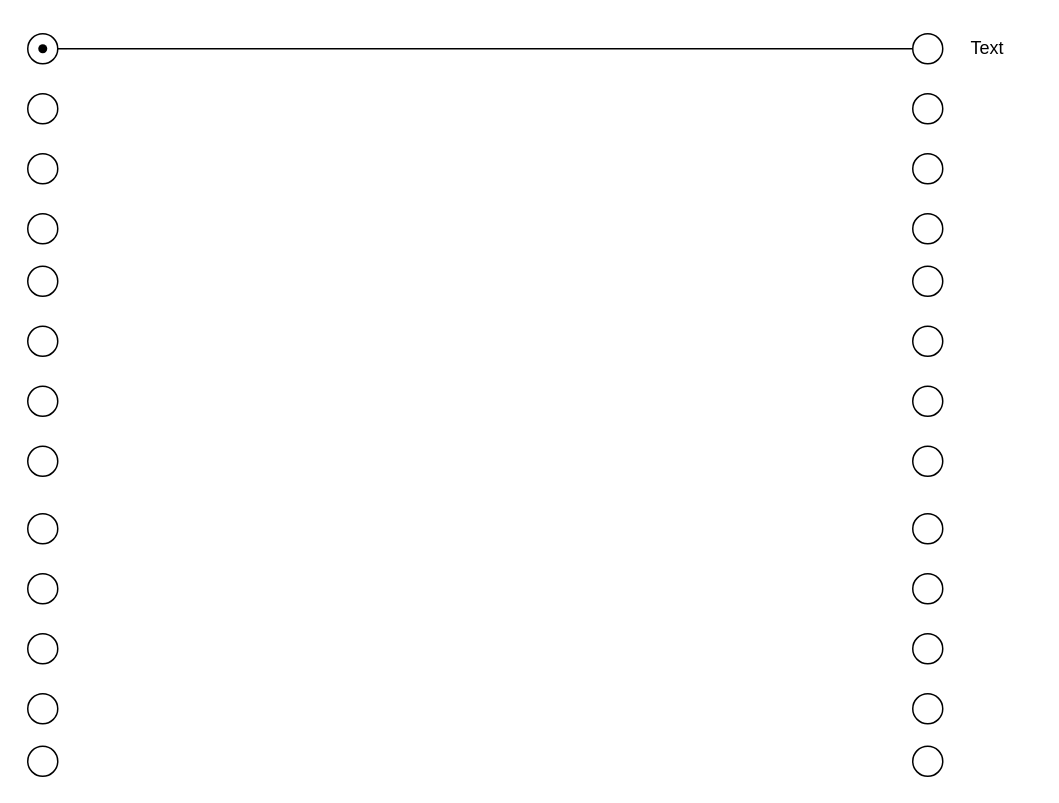
Before: Untitled Diagram.drawio in moose-on-road/cistern_wiring, a draw.io diagram. Source tidied: cells renumbered, new cells numbered last; positions are measured from the earlier drawing's top-left corner, leaving out a move shared by most shapes. Both pictures are drawn from the tidied source at 150%, with x=0, y=0 at pixel (27, 26).
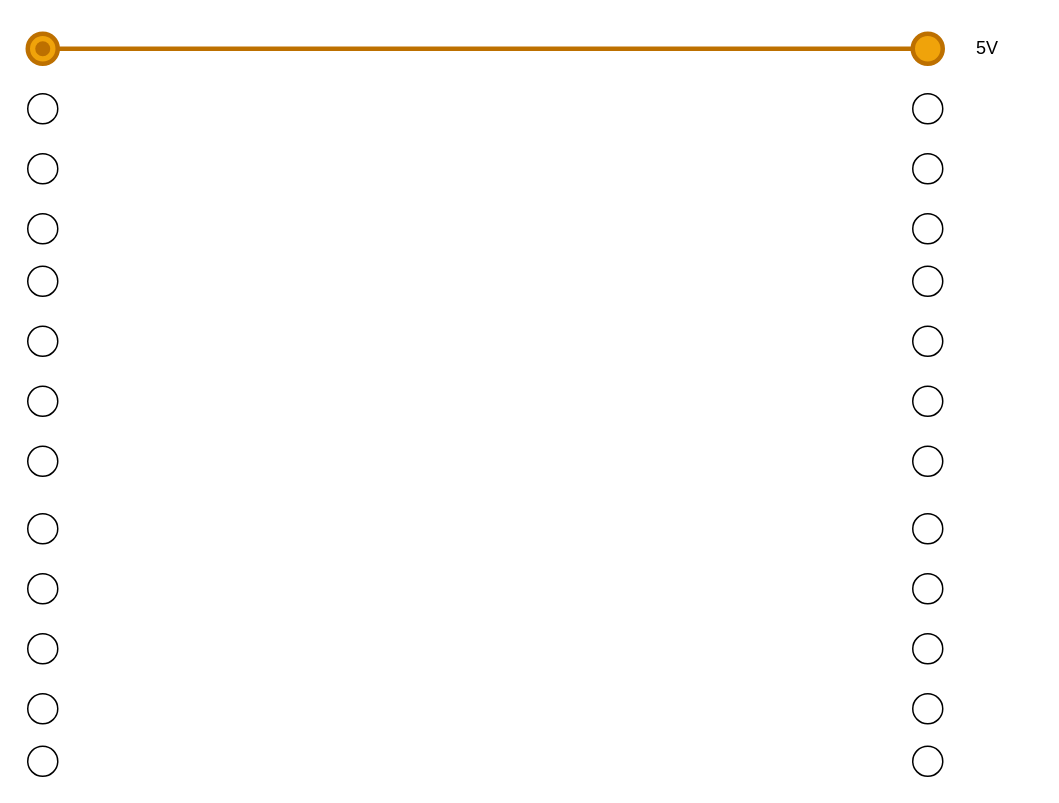
After the change.

Change to the diagram source:
```diff
@@
-    <mxCell id="2" style="edgeStyle=orthogonalEdgeStyle;rounded=0;jettySize=auto;html=1;" parent="1" edge="1" source="3" target="29">
+    <mxCell id="2" style="edgeStyle=orthogonalEdgeStyle;rounded=0;jettySize=auto;html=1;fillColor=#f0a30a;strokeColor=#BD7000;strokeWidth=3;curved=0;endSize=0;startSize=0;" parent="1" edge="1" source="3" target="29">
       <mxGeometry relative="1" as="geometry" />
     </mxCell>
-    <mxCell id="3" style="ellipse;whiteSpace=wrap;html=1;noLabel=0;movableLabel=1;labelPadding=10;" parent="1" vertex="1">
+    <mxCell id="3" style="ellipse;whiteSpace=wrap;html=1;noLabel=0;movableLabel=1;labelPadding=10;fillColor=#f0a30a;fontColor=#000000;strokeColor=#BD7000;strokeWidth=3;" parent="1" vertex="1">
       <mxGeometry x="590" y="5" width="20" height="20" as="geometry">
         <mxPoint x="42" y="1" as="offset" />
       </mxGeometry>
     </mxCell>
@@
-    <mxCell id="16" style="ellipse;whiteSpace=wrap;html=1;" parent="1" vertex="1">
+    <mxCell id="16" style="ellipse;whiteSpace=wrap;html=1;fillColor=#f0a30a;fontColor=#000000;strokeColor=#BD7000;strokeWidth=3;" parent="1" vertex="1">
       <mxGeometry y="5" width="20" height="20" as="geometry" />
     </mxCell>
@@
-    <mxCell id="29" style="shape=waypoint;sketch=0;size=6;points=[];fillColor=default;perimeter=centerPerimeter;snapToPoint=1;" parent="1" vertex="1">
+    <mxCell id="29" style="shape=waypoint;sketch=0;size=6;points=[];fillColor=#f0a30a;perimeter=centerPerimeter;snapToPoint=1;fontColor=#000000;strokeColor=#BD7000;strokeWidth=3;" parent="1" vertex="1">
       <mxGeometry y="5" width="20" height="20" as="geometry" />
     </mxCell>
-    <mxCell id="30" value="Text" style="text;html=1;align=center;verticalAlign=middle;whiteSpace=wrap;rounded=0;" parent="1" vertex="1">
+    <mxCell id="30" value="5V" style="text;html=1;align=center;verticalAlign=middle;whiteSpace=wrap;rounded=0;" parent="1" vertex="1">
       <mxGeometry x="610" width="60" height="30" as="geometry" />
     </mxCell>
```
